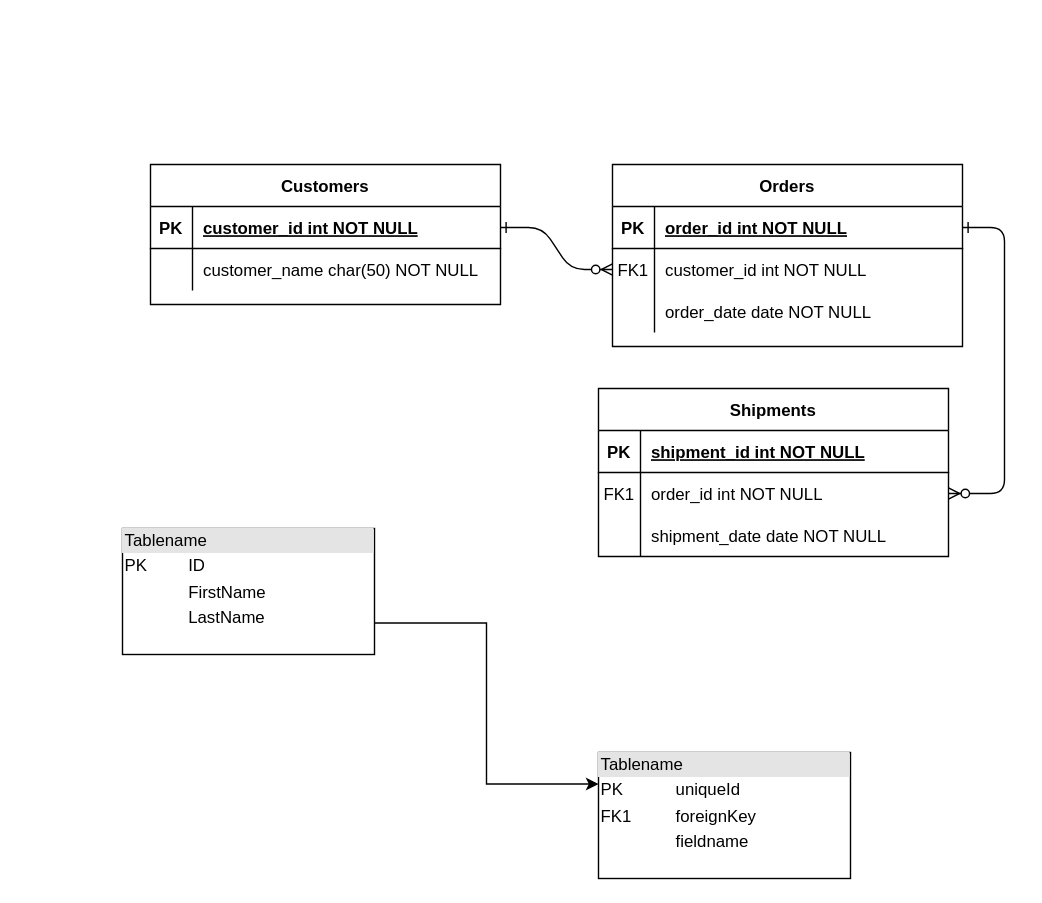
Before: ERD.drawio in broepke/JGraph, a draw.io diagram. Source tidied: cells renumbered, new cells numbered last; positions are measured from the earlier drawing's top-left corner, leaving out a move shared by most shapes. Both pictures are drawn from the tidied source at 140%, with x=0, y=0 at pixel (122, 164).
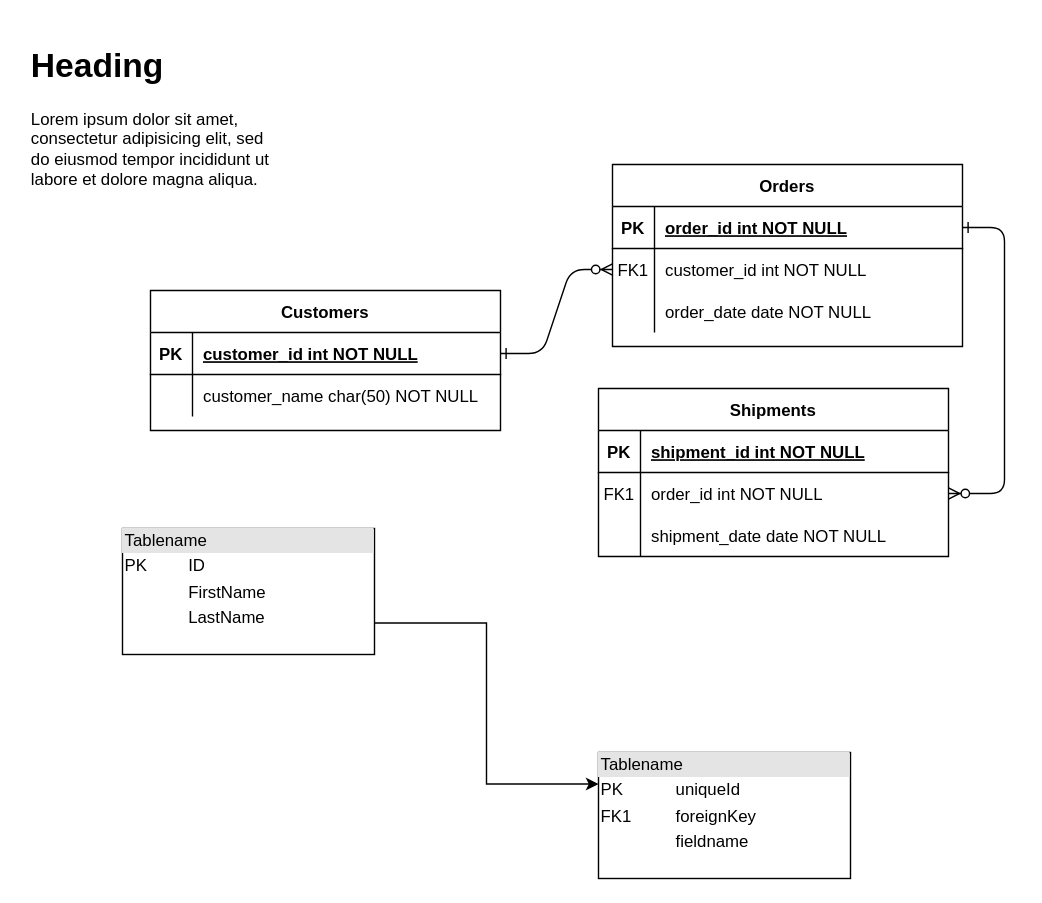
The same diagram, later.

The edit, as a diff of the source:
```diff
@@
     <mxCell id="24" value="Customers" style="shape=table;startSize=30;childLayout=tableLayout;rowLines=0;fontStyle=1;align=center;" parent="1" vertex="1">
-      <mxGeometry x="20" width="250" height="100" as="geometry" />
+      <mxGeometry x="20" y="90" width="250" height="100" as="geometry" />
     </mxCell>
@@
+    <mxCell id="34" value="&lt;h1&gt;Heading&lt;/h1&gt;&lt;p&gt;Lorem ipsum dolor sit amet, consectetur adipisicing elit, sed do eiusmod tempor incididunt ut labore et dolore magna aliqua.&lt;/p&gt;" style="text;html=1;strokeColor=none;fillColor=none;spacing=5;spacingTop=-20;whiteSpace=wrap;overflow=hidden;rounded=0;" parent="1" vertex="1">
+      <mxGeometry x="-70" y="-90" width="190" height="120" as="geometry" />
+    </mxCell>
```
